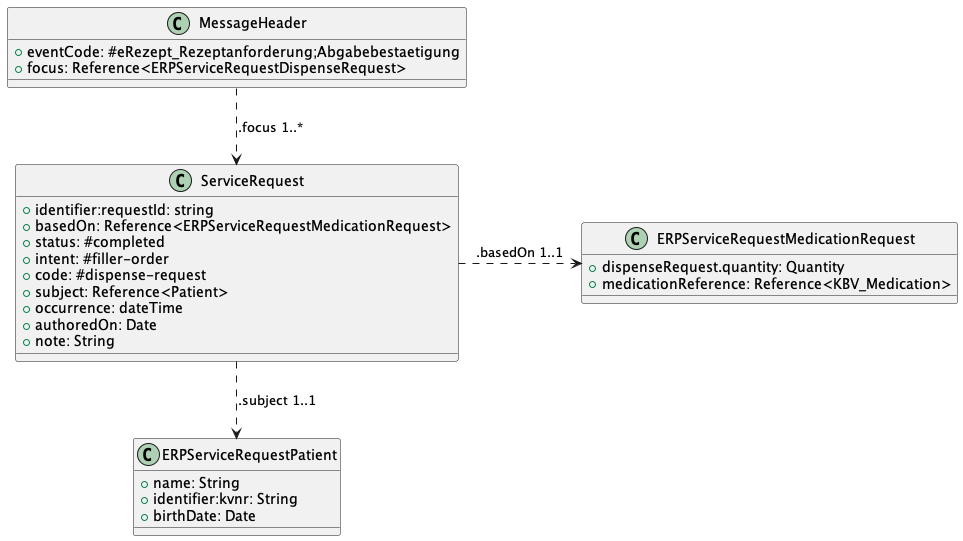
This is guides/ig-rezeptanforderung/images/puml_images/DispenseRequest_Confirmation_Class.png from gematik/spec-E-Rezept-ServiceRequest, a PlantUML export, as it was before one commit. The source it was exported from:
```plantuml
@startuml "DispenseRequest_Confirmation_Class"
!define RECTANGLE class

RECTANGLE "MessageHeader" as MH {
    +eventCode: #eRezept_Rezeptanforderung;Abgabebestaetigung
    +focus: Reference<ERPServiceRequestDispenseRequest>
}


RECTANGLE "ServiceRequest" as SR {
    +identifier:requestId: string
    +basedOn: Reference<ERPServiceRequestMedicationRequest>
    +status: #completed
    +intent: #filler-order
    +code: #dispense-request
    +subject: Reference<Patient>
    +occurrence: dateTime
    +authoredOn: Date
    +note: String
}

RECTANGLE "ERPServiceRequestMedicationRequest" as MR {
    +dispenseRequest.quantity: Quantity
    +medicationReference: Reference<KBV_Medication>
}

RECTANGLE "ERPServiceRequestPatient" as P {
    +name: String
    +identifier:kvnr: String
    +birthDate: Date
}

MH .down.> SR : .focus 1..*
SR .down.> P : .subject 1..1
SR .right.> MR : .basedOn 1..1
@enduml
```
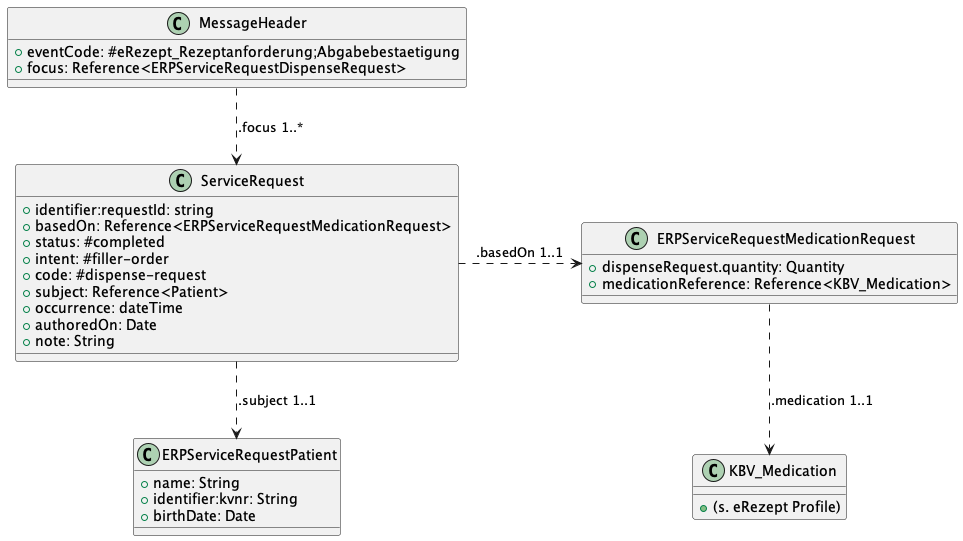
After the change.

Commit message:
Adapt class diagrams

What changed in the source:
```diff
@@ -24,6 +24,10 @@
     +medicationReference: Reference<KBV_Medication>
 }
 
+RECTANGLE "KBV_Medication" as MED {
+    +(s. eRezept Profile)
+}
+
 RECTANGLE "ERPServiceRequestPatient" as P {
     +name: String
     +identifier:kvnr: String
@@ -31,6 +35,7 @@
 }
 
 MH .down.> SR : .focus 1..*
+MR .down.> MED : .medication 1..1
 SR .down.> P : .subject 1..1
 SR .right.> MR : .basedOn 1..1
 @enduml
```
